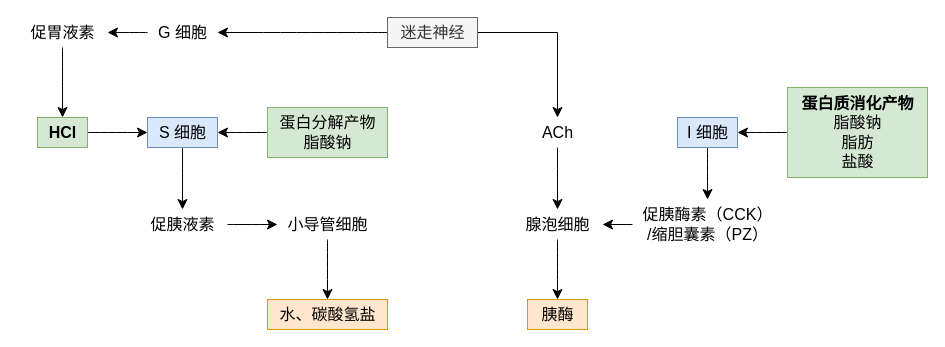
This is content/series/生理学/消化和吸收/小肠内消化/胰液分泌的调节.drawio from daisilia/daisilia.github.io, a draw.io file, before an edit. Source tidied: cells renumbered, new cells numbered last; positions are measured from the earlier drawing's top-left corner, leaving out a move shared by most shapes. Both pictures are drawn from the tidied source at 100%, with x=0, y=0 at pixel (17, 17).
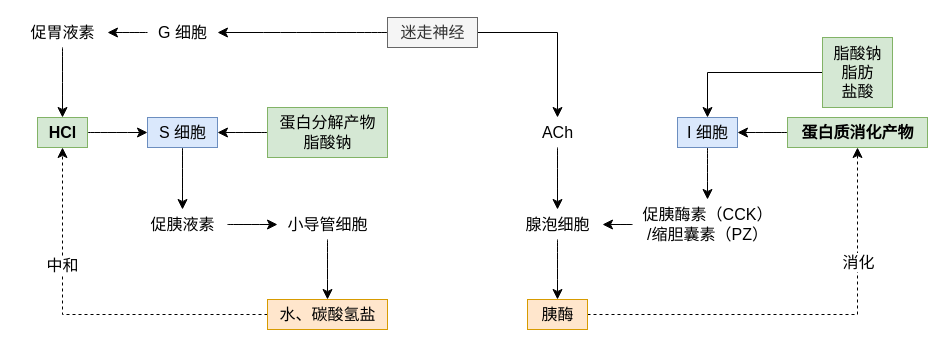
The same page after the edit.

Unchanged cells that the change refers to:
```xml
<mxCell id="13" value="I 细胞" style="text;html=1;align=center;verticalAlign=middle;points=[];strokeColor=#6c8ebf;fillColor=#dae8fc;fontSize=16;" parent="1" vertex="1">
  <mxGeometry x="660" y="100" width="60" height="30" as="geometry" />
</mxCell>
<mxCell id="19" value="HCl" style="text;html=1;align=center;verticalAlign=middle;points=[];strokeColor=#82b366;fillColor=#d5e8d4;fontSize=16;fontStyle=1;" parent="1" vertex="1">
  <mxGeometry x="20" y="100" width="50" height="30" as="geometry" />
</mxCell>
<mxCell id="25" value="水、碳酸氢盐" style="text;html=1;align=center;verticalAlign=middle;points=[];strokeColor=#d79b00;fillColor=#ffe6cc;fontSize=16;" parent="1" vertex="1">
  <mxGeometry x="250" y="282" width="120" height="30" as="geometry" />
</mxCell>
<mxCell id="26" value="胰酶" style="text;html=1;align=center;verticalAlign=middle;points=[];strokeColor=#d79b00;fillColor=#ffe6cc;fontSize=16;" parent="1" vertex="1">
  <mxGeometry x="510" y="282" width="60" height="30" as="geometry" />
</mxCell>
```

The edit, as a diff of the source:
```diff
@@
-    <mxCell id="15" value="&lt;b&gt;蛋白质消化产物&lt;/b&gt;&lt;br&gt;脂酸钠&lt;br&gt;脂肪&lt;br&gt;盐酸" style="text;html=1;align=center;verticalAlign=middle;points=[];strokeColor=#82b366;fillColor=#d5e8d4;fontSize=16;" parent="1" vertex="1">
-      <mxGeometry x="770" y="70" width="140" height="90" as="geometry" />
+    <mxCell id="15" value="&lt;b&gt;蛋白质消化产物&lt;/b&gt;" style="text;html=1;align=center;verticalAlign=middle;points=[];strokeColor=#82b366;fillColor=#d5e8d4;fontSize=16;" parent="1" vertex="1">
+      <mxGeometry x="770" y="100" width="140" height="30" as="geometry" />
     </mxCell>
@@
+    <mxCell id="31" style="edgeStyle=orthogonalEdgeStyle;rounded=0;jettySize=auto;html=1;fontSize=12;startSize=8;endSize=8;dashed=1;" parent="1" edge="1" source="25" target="19">
+      <mxGeometry relative="1" as="geometry" />
+    </mxCell>
+    <mxCell id="32" value="中和" style="edgeLabel;html=1;align=center;verticalAlign=middle;fontSize=16;" parent="31" vertex="1">
+      <mxGeometry x="0.37" y="1" relative="1" as="geometry" />
+    </mxCell>
@@
+    <mxCell id="33" style="edgeStyle=orthogonalEdgeStyle;rounded=0;jettySize=auto;html=1;fontSize=12;startSize=8;endSize=8;dashed=1;" parent="1" edge="1" source="26" target="15">
+      <mxGeometry relative="1" as="geometry" />
+    </mxCell>
+    <mxCell id="34" value="消化" style="edgeLabel;html=1;align=center;verticalAlign=middle;fontSize=16;" parent="33" vertex="1">
+      <mxGeometry x="0.48" y="-3" relative="1" as="geometry">
+        <mxPoint x="-3" as="offset" />
+      </mxGeometry>
+    </mxCell>
@@
+    <mxCell id="35" style="edgeStyle=orthogonalEdgeStyle;rounded=0;jettySize=auto;html=1;fontSize=12;startSize=8;endSize=8;" parent="1" edge="1" source="36" target="13">
+      <mxGeometry relative="1" as="geometry" />
+    </mxCell>
+    <mxCell id="36" value="脂酸钠&lt;br&gt;脂肪&lt;br&gt;盐酸" style="text;html=1;align=center;verticalAlign=middle;points=[];strokeColor=#82b366;fillColor=#d5e8d4;fontSize=16;" parent="1" vertex="1">
+      <mxGeometry x="805" y="20" width="70" height="70" as="geometry" />
+    </mxCell>
```
